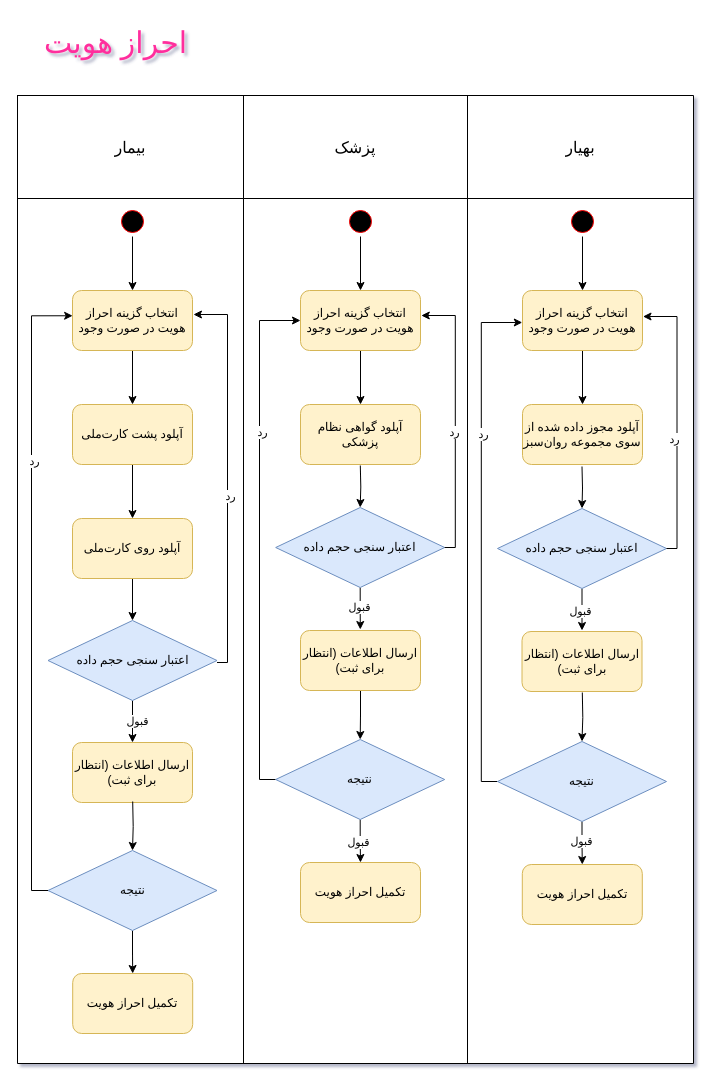
Matinrezaei/Software-Lab keeps this draw.io diagram as page "احراز هویت" (13 of 20) of Sequence Diagram/SequenceDiagram.drawio. Above is the earlier version. Source tidied: cells renumbered, new cells numbered last; positions are measured from the earlier drawing's top-left corner, leaving out a move shared by most shapes. Both pictures are drawn from the tidied source at 100%, with x=0, y=0 at pixel (17, 17).
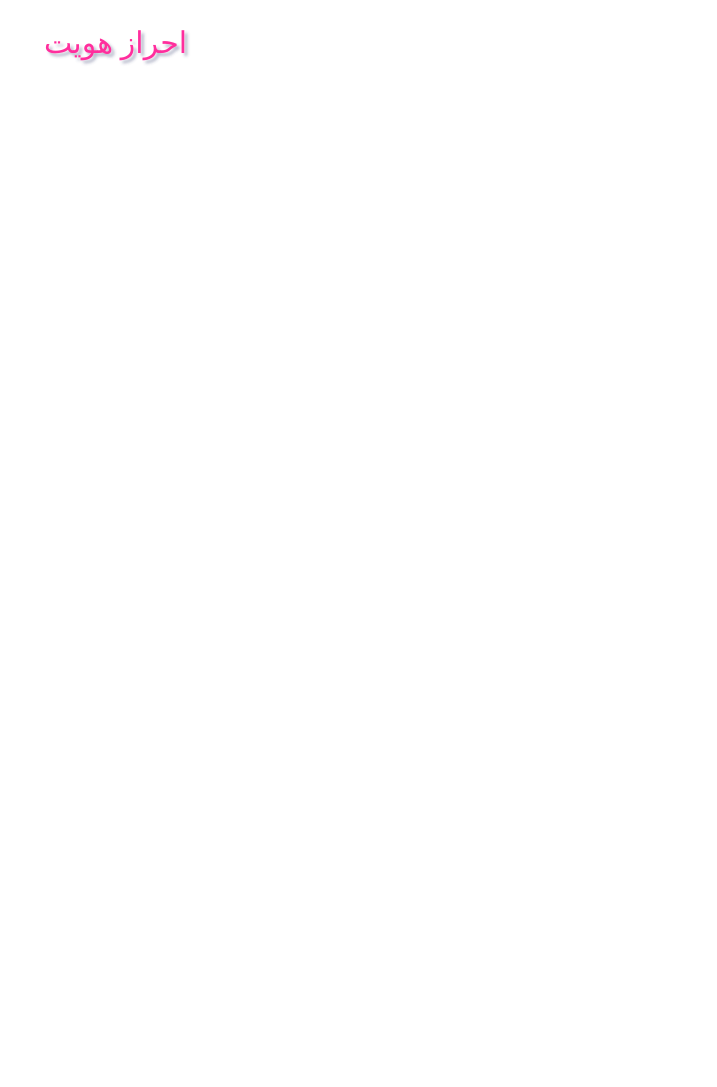
Above is the later version.

What changed in the source:
```diff
@@
-    <mxCell id="2" style="shape=table;startSize=0;childLayout=tableLayout;fontSize=16;" parent="1" vertex="1">
-      <mxGeometry y="78" width="676" height="968" as="geometry" />
-    </mxCell>
-    <mxCell id="3" style="shape=tableRow;horizontal=0;startSize=0;swimlaneHead=0;swimlaneBody=0;strokeColor=inherit;top=0;left=0;bottom=0;right=0;fillColor=none;fontSize=16;" parent="2" vertex="1">
-      <mxGeometry width="676" height="103" as="geometry" />
-    </mxCell>
-    <mxCell id="4" value="بیمار" style="shape=partialRectangle;html=1;whiteSpace=wrap;strokeColor=inherit;overflow=hidden;fillColor=none;top=0;left=0;bottom=0;right=0;fontSize=16;" parent="3" vertex="1">
-      <mxGeometry width="226" height="103" as="geometry" />
-    </mxCell>
-    <mxCell id="5" value="پزشک" style="shape=partialRectangle;html=1;whiteSpace=wrap;strokeColor=inherit;overflow=hidden;fillColor=none;top=0;left=0;bottom=0;right=0;fontSize=16;" parent="3" vertex="1">
-      <mxGeometry x="226" width="224" height="103" as="geometry" />
-    </mxCell>
-    <mxCell id="6" value="بهیار" style="shape=partialRectangle;html=1;whiteSpace=wrap;strokeColor=inherit;overflow=hidden;fillColor=none;top=0;left=0;bottom=0;right=0;fontSize=16;" parent="3" vertex="1">
-      <mxGeometry x="450" width="226" height="103" as="geometry" />
-    </mxCell>
-    <mxCell id="7" style="shape=tableRow;horizontal=0;startSize=0;swimlaneHead=0;swimlaneBody=0;strokeColor=inherit;top=0;left=0;bottom=0;right=0;fillColor=none;fontSize=16;" parent="2" vertex="1">
-      <mxGeometry y="103" width="676" height="865" as="geometry" />
-    </mxCell>
-    <mxCell id="8" style="shape=partialRectangle;html=1;whiteSpace=wrap;strokeColor=inherit;overflow=hidden;fillColor=none;top=0;left=0;bottom=0;right=0;fontSize=16;" parent="7" vertex="1">
-      <mxGeometry width="226" height="865" as="geometry" />
-    </mxCell>
-    <mxCell id="9" style="shape=partialRectangle;html=1;whiteSpace=wrap;strokeColor=inherit;overflow=hidden;fillColor=none;top=0;left=0;bottom=0;right=0;fontSize=16;" parent="7" vertex="1">
-      <mxGeometry x="226" width="224" height="865" as="geometry" />
-    </mxCell>
-    <mxCell id="10" style="shape=partialRectangle;html=1;whiteSpace=wrap;strokeColor=inherit;overflow=hidden;fillColor=none;top=0;left=0;bottom=0;right=0;fontSize=16;" parent="7" vertex="1">
-      <mxGeometry x="450" width="226" height="865" as="geometry" />
-    </mxCell>
-    <mxCell id="11" style="edgeStyle=orthogonalEdgeStyle;rounded=0;jettySize=auto;html=1;entryX=0.5;entryY=0;entryDx=0;entryDy=0;" parent="1" edge="1" source="12" target="14">
-      <mxGeometry relative="1" as="geometry" />
-    </mxCell>
-    <mxCell id="12" style="ellipse;html=1;shape=startState;fillColor=#000000;strokeColor=#ff0000;" parent="1" vertex="1">
-      <mxGeometry x="100" y="189" width="30" height="30" as="geometry" />
-    </mxCell>
-    <mxCell id="13" style="edgeStyle=orthogonalEdgeStyle;rounded=0;jettySize=auto;html=1;entryX=0.5;entryY=0;entryDx=0;entryDy=0;" parent="1" edge="1" source="14" target="24">
-      <mxGeometry relative="1" as="geometry" />
-    </mxCell>
-    <mxCell id="14" value="انتخاب گزینه احراز هویت در صورت وجود" style="rounded=1;whiteSpace=wrap;html=1;fillColor=#fff2cc;strokeColor=#d6b656;" parent="1" vertex="1">
-      <mxGeometry x="55" y="273" width="120" height="60" as="geometry" />
-    </mxCell>
-    <mxCell id="15" style="edgeStyle=orthogonalEdgeStyle;rounded=0;jettySize=auto;html=1;entryX=0.5;entryY=0;entryDx=0;entryDy=0;" parent="1" edge="1" source="16" target="18">
-      <mxGeometry relative="1" as="geometry" />
-    </mxCell>
-    <mxCell id="16" style="ellipse;html=1;shape=startState;fillColor=#000000;strokeColor=#ff0000;" parent="1" vertex="1">
-      <mxGeometry x="328" y="189" width="30" height="30" as="geometry" />
-    </mxCell>
-    <mxCell id="17" style="edgeStyle=orthogonalEdgeStyle;rounded=0;jettySize=auto;html=1;entryX=0.5;entryY=0;entryDx=0;entryDy=0;" parent="1" edge="1" source="18" target="25">
-      <mxGeometry relative="1" as="geometry" />
-    </mxCell>
-    <mxCell id="18" value="انتخاب گزینه احراز هویت در صورت وجود" style="rounded=1;whiteSpace=wrap;html=1;fillColor=#fff2cc;strokeColor=#d6b656;" parent="1" vertex="1">
-      <mxGeometry x="283" y="273" width="120" height="60" as="geometry" />
-    </mxCell>
-    <mxCell id="19" style="edgeStyle=orthogonalEdgeStyle;rounded=0;jettySize=auto;html=1;entryX=0.5;entryY=0;entryDx=0;entryDy=0;" parent="1" edge="1" source="20" target="22">
-      <mxGeometry relative="1" as="geometry" />
-    </mxCell>
-    <mxCell id="20" style="ellipse;html=1;shape=startState;fillColor=#000000;strokeColor=#ff0000;" parent="1" vertex="1">
-      <mxGeometry x="550" y="189" width="30" height="30" as="geometry" />
-    </mxCell>
-    <mxCell id="21" style="edgeStyle=orthogonalEdgeStyle;rounded=0;jettySize=auto;html=1;entryX=0.5;entryY=0;entryDx=0;entryDy=0;" parent="1" edge="1" source="22" target="28">
-      <mxGeometry relative="1" as="geometry" />
-    </mxCell>
-    <mxCell id="22" value="انتخاب گزینه احراز هویت در صورت وجود" style="rounded=1;whiteSpace=wrap;html=1;fillColor=#fff2cc;strokeColor=#d6b656;" parent="1" vertex="1">
-      <mxGeometry x="505" y="273" width="120" height="60" as="geometry" />
-    </mxCell>
-    <mxCell id="23" style="edgeStyle=orthogonalEdgeStyle;rounded=0;jettySize=auto;html=1;entryX=0.5;entryY=0;entryDx=0;entryDy=0;" parent="1" edge="1" source="24" target="27">
-      <mxGeometry relative="1" as="geometry" />
-    </mxCell>
-    <mxCell id="24" value="آپلود پشت کارت‌ملی" style="rounded=1;whiteSpace=wrap;html=1;fillColor=#fff2cc;strokeColor=#d6b656;" parent="1" vertex="1">
-      <mxGeometry x="55" y="387" width="120" height="60" as="geometry" />
-    </mxCell>
-    <mxCell id="25" value="آپلود گواهی نظام پزشکی" style="rounded=1;whiteSpace=wrap;html=1;fillColor=#fff2cc;strokeColor=#d6b656;" parent="1" vertex="1">
-      <mxGeometry x="283" y="387" width="120" height="60" as="geometry" />
-    </mxCell>
-    <mxCell id="26" style="edgeStyle=orthogonalEdgeStyle;rounded=0;jettySize=auto;html=1;entryX=0.5;entryY=0;entryDx=0;entryDy=0;" parent="1" edge="1" source="27" target="35">
-      <mxGeometry relative="1" as="geometry" />
-    </mxCell>
-    <mxCell id="27" value="آپلود روی کارت‌ملی" style="rounded=1;whiteSpace=wrap;html=1;fillColor=#fff2cc;strokeColor=#d6b656;" parent="1" vertex="1">
-      <mxGeometry x="55" y="501" width="120" height="60" as="geometry" />
-    </mxCell>
-    <mxCell id="28" value="آپلود مجوز داده شده از سوی مجموعه روان‌سبز" style="rounded=1;whiteSpace=wrap;html=1;fillColor=#fff2cc;strokeColor=#d6b656;" parent="1" vertex="1">
-      <mxGeometry x="505" y="387" width="120" height="60" as="geometry" />
-    </mxCell>
-    <mxCell id="29" value="ارسال اطلاعات (انتظار برای ثبت)" style="rounded=1;whiteSpace=wrap;html=1;fillColor=#fff2cc;strokeColor=#d6b656;" parent="1" vertex="1">
-      <mxGeometry x="55" y="725" width="120" height="60" as="geometry" />
-    </mxCell>
-    <mxCell id="30" style="edgeStyle=orthogonalEdgeStyle;rounded=0;jettySize=auto;html=1;entryX=0.5;entryY=0;entryDx=0;entryDy=0;" parent="1" edge="1" source="31" target="40">
-      <mxGeometry relative="1" as="geometry" />
-    </mxCell>
-    <mxCell id="31" value="ارسال اطلاعات (انتظار برای ثبت)" style="rounded=1;whiteSpace=wrap;html=1;fillColor=#fff2cc;strokeColor=#d6b656;" parent="1" vertex="1">
-      <mxGeometry x="283" y="613" width="120" height="60" as="geometry" />
-    </mxCell>
-    <mxCell id="32" value="ارسال اطلاعات (انتظار برای ثبت)" style="rounded=1;whiteSpace=wrap;html=1;fillColor=#fff2cc;strokeColor=#d6b656;" parent="1" vertex="1">
-      <mxGeometry x="504.5" y="614" width="120" height="60" as="geometry" />
-    </mxCell>
-    <mxCell id="33" style="edgeStyle=orthogonalEdgeStyle;rounded=0;jettySize=auto;html=1;entryX=0.5;entryY=0;entryDx=0;entryDy=0;" parent="1" edge="1" source="35" target="29">
-      <mxGeometry relative="1" as="geometry" />
-    </mxCell>
-    <mxCell id="34" value="قبول" style="edgeLabel;html=1;align=center;verticalAlign=middle;" parent="33" vertex="1">
-      <mxGeometry x="-0.07" y="4" relative="1" as="geometry" />
-    </mxCell>
-    <mxCell id="35" value="اعتبار سنجی حجم داده" style="rhombus;whiteSpace=wrap;html=1;fillColor=#dae8fc;strokeColor=#6c8ebf;" parent="1" vertex="1">
-      <mxGeometry x="30.5" y="603" width="169" height="80" as="geometry" />
-    </mxCell>
-    <mxCell id="36" style="edgeStyle=orthogonalEdgeStyle;rounded=0;jettySize=auto;html=1;entryX=0;entryY=0.5;entryDx=0;entryDy=0;" parent="1" edge="1" source="40" target="18">
-      <mxGeometry relative="1" as="geometry">
-        <Array as="points">
-          <mxPoint x="242" y="762" />
-          <mxPoint x="242" y="303" />
-        </Array>
-      </mxGeometry>
-    </mxCell>
-    <mxCell id="37" value="رد" style="edgeLabel;html=1;align=center;verticalAlign=middle;" parent="36" vertex="1">
-      <mxGeometry x="0.41" y="-2" relative="1" as="geometry" />
-    </mxCell>
-    <mxCell id="38" style="edgeStyle=orthogonalEdgeStyle;rounded=0;jettySize=auto;html=1;entryX=0.5;entryY=0;entryDx=0;entryDy=0;" parent="1" edge="1" source="40" target="55">
-      <mxGeometry relative="1" as="geometry" />
-    </mxCell>
-    <mxCell id="39" value="قبول" style="edgeLabel;html=1;align=center;verticalAlign=middle;" parent="38" vertex="1">
-      <mxGeometry x="0.05" y="-3" relative="1" as="geometry" />
-    </mxCell>
-    <mxCell id="40" value="نتیجه" style="rhombus;whiteSpace=wrap;html=1;fillColor=#dae8fc;strokeColor=#6c8ebf;" parent="1" vertex="1">
-      <mxGeometry x="258.2" y="722" width="169" height="80" as="geometry" />
-    </mxCell>
-    <mxCell id="41" style="edgeStyle=orthogonalEdgeStyle;rounded=0;jettySize=auto;html=1;entryX=1.008;entryY=0.4;entryDx=0;entryDy=0;entryPerimeter=0;" parent="1" edge="1" target="14">
-      <mxGeometry relative="1" as="geometry">
-        <mxPoint x="199.5" y="645" as="sourcePoint" />
-        <Array as="points">
-          <mxPoint x="210" y="645" />
-          <mxPoint x="210" y="297" />
-        </Array>
-      </mxGeometry>
-    </mxCell>
-    <mxCell id="42" value="رد" style="edgeLabel;html=1;align=center;verticalAlign=middle;" parent="41" vertex="1">
-      <mxGeometry x="-0.1" y="-2" relative="1" as="geometry" />
-    </mxCell>
-    <mxCell id="43" style="edgeStyle=orthogonalEdgeStyle;rounded=0;jettySize=auto;html=1;entryX=0.5;entryY=0;entryDx=0;entryDy=0;" parent="1" edge="1" target="46">
-      <mxGeometry relative="1" as="geometry">
-        <mxPoint x="342.8" y="448" as="sourcePoint" />
-      </mxGeometry>
-    </mxCell>
-    <mxCell id="44" style="edgeStyle=orthogonalEdgeStyle;rounded=0;jettySize=auto;html=1;entryX=0.5;entryY=0;entryDx=0;entryDy=0;" parent="1" edge="1" source="46">
-      <mxGeometry relative="1" as="geometry">
-        <mxPoint x="342.8" y="612" as="targetPoint" />
-      </mxGeometry>
-    </mxCell>
-    <mxCell id="45" value="قبول" style="edgeLabel;html=1;align=center;verticalAlign=middle;" parent="44" vertex="1">
-      <mxGeometry x="-0.09" y="-1" relative="1" as="geometry" />
-    </mxCell>
-    <mxCell id="46" value="اعتبار سنجی حجم داده" style="rhombus;whiteSpace=wrap;html=1;fillColor=#dae8fc;strokeColor=#6c8ebf;" parent="1" vertex="1">
-      <mxGeometry x="258.2" y="490" width="169" height="80" as="geometry" />
-    </mxCell>
-    <mxCell id="47" style="edgeStyle=orthogonalEdgeStyle;rounded=0;jettySize=auto;html=1;entryX=1.007;entryY=0.406;entryDx=0;entryDy=0;entryPerimeter=0;" parent="1" edge="1" source="46">
-      <mxGeometry relative="1" as="geometry">
-        <mxPoint x="403.8" y="298" as="targetPoint" />
-        <Array as="points">
-          <mxPoint x="437.8" y="530" />
-          <mxPoint x="437.8" y="298" />
-        </Array>
-      </mxGeometry>
-    </mxCell>
-    <mxCell id="48" value="رد" style="edgeLabel;html=1;align=center;verticalAlign=middle;" parent="47" vertex="1">
-      <mxGeometry x="-0.09" y="1" relative="1" as="geometry" />
-    </mxCell>
-    <mxCell id="49" style="edgeStyle=orthogonalEdgeStyle;rounded=0;jettySize=auto;html=1;entryX=0.5;entryY=0;entryDx=0;entryDy=0;" parent="1" edge="1" target="52">
-      <mxGeometry relative="1" as="geometry">
-        <mxPoint x="564.5" y="449" as="sourcePoint" />
-      </mxGeometry>
-    </mxCell>
-    <mxCell id="50" style="edgeStyle=orthogonalEdgeStyle;rounded=0;jettySize=auto;html=1;entryX=0.5;entryY=0;entryDx=0;entryDy=0;" parent="1" edge="1" source="52">
-      <mxGeometry relative="1" as="geometry">
-        <mxPoint x="564.5" y="613" as="targetPoint" />
-      </mxGeometry>
-    </mxCell>
-    <mxCell id="51" value="قبول" style="edgeLabel;html=1;align=center;verticalAlign=middle;" parent="50" vertex="1">
-      <mxGeometry x="-0.01" y="-2" relative="1" as="geometry">
-        <mxPoint x="-2" y="-1" as="offset" />
-      </mxGeometry>
-    </mxCell>
-    <mxCell id="52" value="اعتبار سنجی حجم داده" style="rhombus;whiteSpace=wrap;html=1;fillColor=#dae8fc;strokeColor=#6c8ebf;" parent="1" vertex="1">
-      <mxGeometry x="480" y="491" width="169" height="80" as="geometry" />
-    </mxCell>
-    <mxCell id="53" style="edgeStyle=orthogonalEdgeStyle;rounded=0;jettySize=auto;html=1;entryX=1.007;entryY=0.406;entryDx=0;entryDy=0;entryPerimeter=0;" parent="1" edge="1" source="52">
-      <mxGeometry relative="1" as="geometry">
-        <mxPoint x="625.5" y="299" as="targetPoint" />
-        <Array as="points">
-          <mxPoint x="659.5" y="531" />
-          <mxPoint x="659.5" y="299" />
-        </Array>
-      </mxGeometry>
-    </mxCell>
-    <mxCell id="54" value="رد" style="edgeLabel;html=1;align=center;verticalAlign=middle;" parent="53" vertex="1">
-      <mxGeometry x="-0.13" y="3" relative="1" as="geometry" />
-    </mxCell>
-    <mxCell id="55" value="تکمیل احراز هویت" style="rounded=1;whiteSpace=wrap;html=1;fillColor=#fff2cc;strokeColor=#d6b656;" parent="1" vertex="1">
-      <mxGeometry x="283" y="845" width="120" height="60" as="geometry" />
-    </mxCell>
-    <mxCell id="56" style="edgeStyle=orthogonalEdgeStyle;rounded=0;jettySize=auto;html=1;entryX=0.5;entryY=0;entryDx=0;entryDy=0;" parent="1" edge="1" target="61">
-      <mxGeometry relative="1" as="geometry">
-        <mxPoint x="564.8" y="675" as="sourcePoint" />
-      </mxGeometry>
-    </mxCell>
-    <mxCell id="57" style="edgeStyle=orthogonalEdgeStyle;rounded=0;jettySize=auto;html=1;entryX=0;entryY=0.5;entryDx=0;entryDy=0;" parent="1" edge="1" source="61">
-      <mxGeometry relative="1" as="geometry">
-        <mxPoint x="504.8" y="305" as="targetPoint" />
-        <Array as="points">
-          <mxPoint x="463.8" y="764" />
-          <mxPoint x="463.8" y="305" />
-        </Array>
-      </mxGeometry>
-    </mxCell>
-    <mxCell id="58" value="رد" style="edgeLabel;html=1;align=center;verticalAlign=middle;" parent="57" vertex="1">
-      <mxGeometry x="0.41" y="-2" relative="1" as="geometry" />
-    </mxCell>
-    <mxCell id="59" style="edgeStyle=orthogonalEdgeStyle;rounded=0;jettySize=auto;html=1;entryX=0.5;entryY=0;entryDx=0;entryDy=0;" parent="1" edge="1" source="61" target="62">
-      <mxGeometry relative="1" as="geometry" />
-    </mxCell>
-    <mxCell id="60" value="قبول" style="edgeLabel;html=1;align=center;verticalAlign=middle;" parent="59" vertex="1">
-      <mxGeometry x="-0.14" y="-1" relative="1" as="geometry" />
-    </mxCell>
-    <mxCell id="61" value="نتیجه" style="rhombus;whiteSpace=wrap;html=1;fillColor=#dae8fc;strokeColor=#6c8ebf;" parent="1" vertex="1">
-      <mxGeometry x="480" y="724" width="169" height="80" as="geometry" />
-    </mxCell>
-    <mxCell id="62" value="تکمیل احراز هویت" style="rounded=1;whiteSpace=wrap;html=1;fillColor=#fff2cc;strokeColor=#d6b656;" parent="1" vertex="1">
-      <mxGeometry x="504.8" y="847" width="120" height="60" as="geometry" />
-    </mxCell>
-    <mxCell id="63" style="edgeStyle=orthogonalEdgeStyle;rounded=0;jettySize=auto;html=1;entryX=0.5;entryY=0;entryDx=0;entryDy=0;" parent="1" edge="1" target="67">
-      <mxGeometry relative="1" as="geometry">
-        <mxPoint x="115.2" y="784" as="sourcePoint" />
-      </mxGeometry>
-    </mxCell>
-    <mxCell id="64" style="edgeStyle=orthogonalEdgeStyle;rounded=0;jettySize=auto;html=1;entryX=0.001;entryY=0.421;entryDx=0;entryDy=0;entryPerimeter=0;" parent="1" edge="1" source="67" target="14">
-      <mxGeometry relative="1" as="geometry">
-        <Array as="points">
-          <mxPoint x="14" y="873" />
-          <mxPoint x="14" y="298" />
-          <mxPoint x="55" y="298" />
-        </Array>
-      </mxGeometry>
-    </mxCell>
-    <mxCell id="65" value="رد" style="edgeLabel;html=1;align=center;verticalAlign=middle;" parent="64" vertex="1">
-      <mxGeometry x="0.41" y="-2" relative="1" as="geometry" />
-    </mxCell>
-    <mxCell id="66" style="edgeStyle=orthogonalEdgeStyle;rounded=0;jettySize=auto;html=1;entryX=0.5;entryY=0;entryDx=0;entryDy=0;" parent="1" edge="1" source="67" target="68">
-      <mxGeometry relative="1" as="geometry" />
-    </mxCell>
-    <mxCell id="67" value="نتیجه" style="rhombus;whiteSpace=wrap;html=1;fillColor=#dae8fc;strokeColor=#6c8ebf;" parent="1" vertex="1">
-      <mxGeometry x="30.5" y="833" width="169" height="80" as="geometry" />
-    </mxCell>
-    <mxCell id="68" value="تکمیل احراز هویت" style="rounded=1;whiteSpace=wrap;html=1;fillColor=#fff2cc;strokeColor=#d6b656;" parent="1" vertex="1">
-      <mxGeometry x="55.2" y="956" width="120" height="60" as="geometry" />
-    </mxCell>
```
